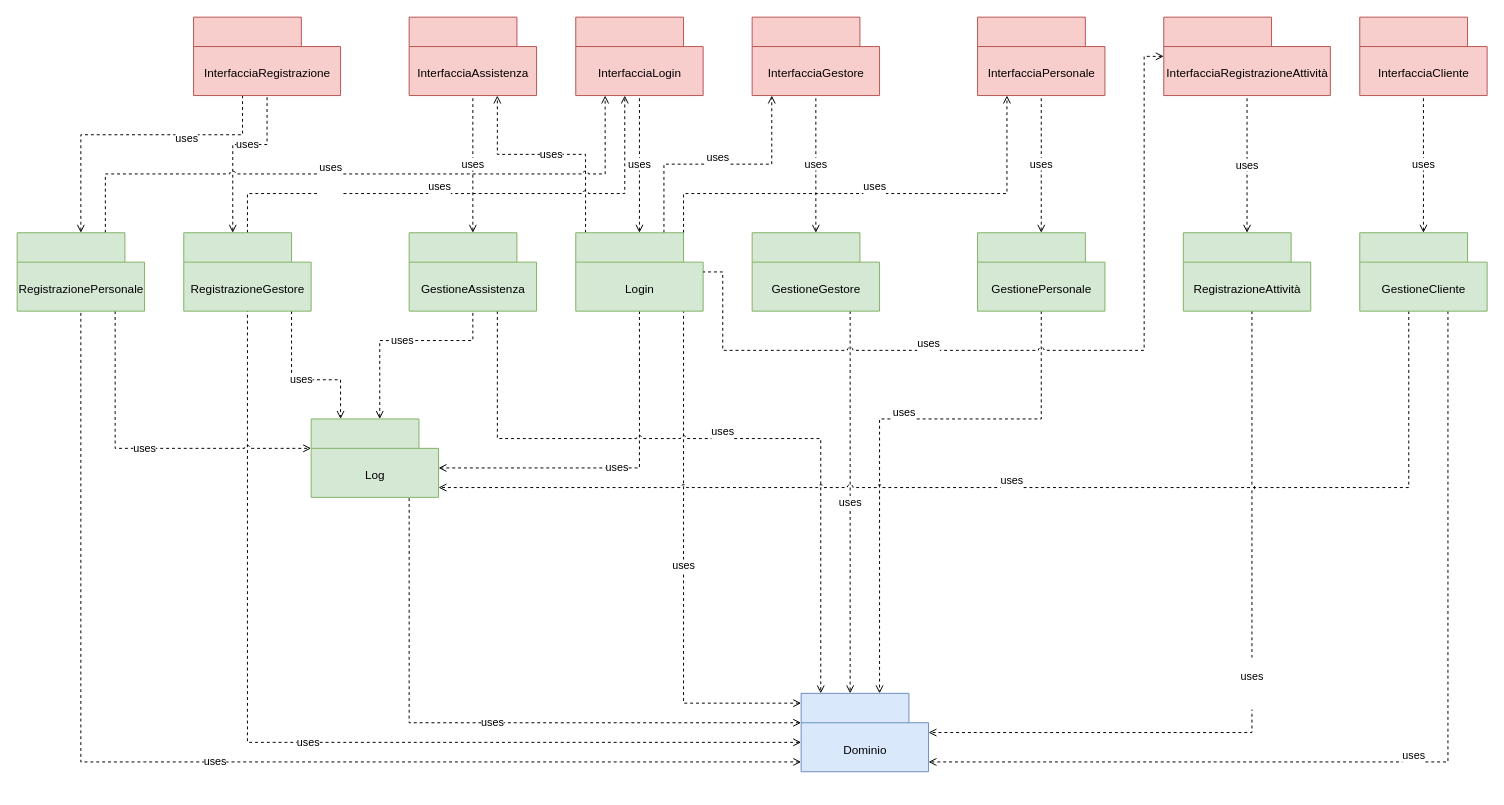
This is page "Package" (1 of 6) of diagrammaPackage.drawio from Marco-Burattoni/Progetto-ids, a draw.io file, before an edit. Source tidied: cells renumbered, new cells numbered last; positions are measured from the earlier drawing's top-left corner, leaving out a move shared by most shapes. Both pictures are drawn from the tidied source at 98%, with x=0, y=0 at pixel (17, 17).
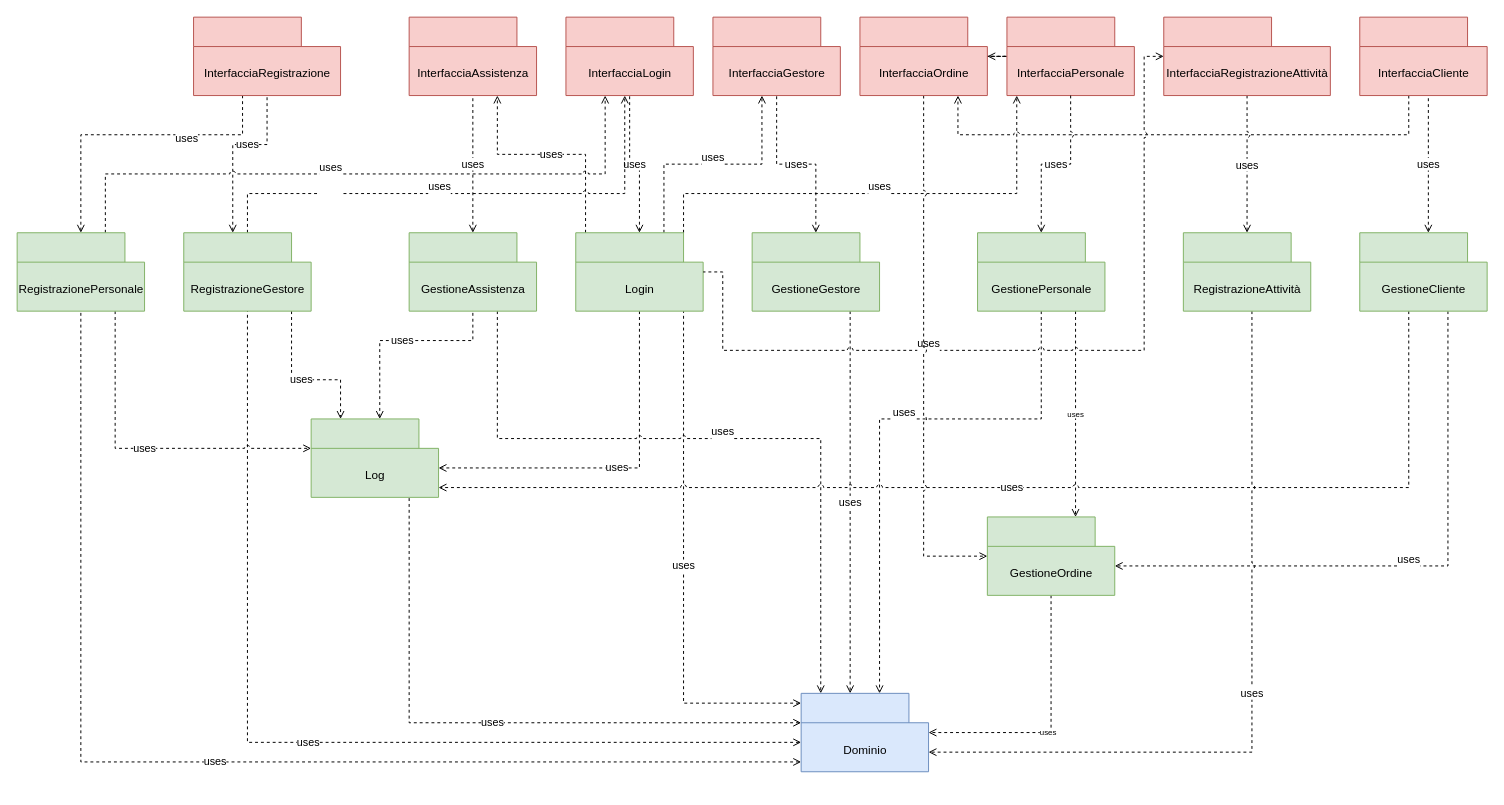
The same page after the edit.

Unchanged cells that the change refers to:
```xml
<mxCell id="6" style="shape=folder;fontStyle=1;tabWidth=110;tabHeight=30;tabPosition=left;html=1;boundedLbl=1;labelInHeader=1;fillColor=#dae8fc;strokeColor=#6c8ebf;" parent="1" vertex="1">
  <mxGeometry x="800" y="690" width="130" height="80" as="geometry" />
</mxCell>
<mxCell id="13" style="shape=folder;fontStyle=1;tabWidth=110;tabHeight=30;tabPosition=left;html=1;boundedLbl=1;labelInHeader=1;fillColor=#d5e8d4;strokeColor=#82b366;" parent="1" vertex="1">
  <mxGeometry x="570" y="220" width="130" height="80" as="geometry" />
</mxCell>
<mxCell id="31" style="shape=folder;fontStyle=1;tabWidth=110;tabHeight=30;tabPosition=left;html=1;boundedLbl=1;labelInHeader=1;fillColor=#d5e8d4;strokeColor=#82b366;" parent="1" vertex="1">
  <mxGeometry x="300" y="410" width="130" height="80" as="geometry" />
</mxCell>
<mxCell id="38" style="shape=folder;fontStyle=1;tabWidth=110;tabHeight=30;tabPosition=left;html=1;boundedLbl=1;labelInHeader=1;fillColor=#d5e8d4;strokeColor=#82b366;" parent="1" vertex="1">
  <mxGeometry x="980" y="220" width="130" height="80" as="geometry" />
</mxCell>
<mxCell id="43" style="shape=folder;fontStyle=1;tabWidth=110;tabHeight=30;tabPosition=left;html=1;boundedLbl=1;labelInHeader=1;fillColor=#d5e8d4;strokeColor=#82b366;" parent="1" vertex="1">
  <mxGeometry x="1370" y="220" width="130" height="80" as="geometry" />
</mxCell>
<mxCell id="53" style="shape=folder;fontStyle=1;tabWidth=110;tabHeight=30;tabPosition=left;html=1;boundedLbl=1;labelInHeader=1;fillColor=#f8cecc;strokeColor=#b85450;" parent="1" vertex="1">
  <mxGeometry x="1370" width="130" height="80" as="geometry" />
</mxCell>
<mxCell id="60" style="shape=folder;fontStyle=1;tabWidth=110;tabHeight=30;tabPosition=left;html=1;boundedLbl=1;labelInHeader=1;fillColor=#d5e8d4;strokeColor=#82b366;" parent="1" vertex="1">
  <mxGeometry x="1190" y="220" width="130" height="80" as="geometry" />
</mxCell>
<mxCell id="63" style="shape=folder;fontStyle=1;tabWidth=110;tabHeight=30;tabPosition=left;html=1;boundedLbl=1;labelInHeader=1;fillColor=#f8cecc;strokeColor=#b85450;" parent="1" vertex="1">
  <mxGeometry x="1170" width="170" height="80" as="geometry" />
</mxCell>
```

Diff of the diagram source:
```diff
@@
     <mxCell id="10" value="&#10;&lt;span style=&quot;color: rgb(0, 0, 0); font-family: Helvetica; font-size: 11px; font-style: normal; font-variant-ligatures: normal; font-variant-caps: normal; font-weight: 400; letter-spacing: normal; orphans: 2; text-align: center; text-indent: 0px; text-transform: none; widows: 2; word-spacing: 0px; -webkit-text-stroke-width: 0px; background-color: rgb(255, 255, 255); text-decoration-thickness: initial; text-decoration-style: initial; text-decoration-color: initial; float: none; display: inline !important;&quot;&gt;uses&lt;/span&gt;&#10;&#10;" style="edgeStyle=orthogonalEdgeStyle;rounded=0;jumpStyle=arc;jettySize=auto;html=1;dashed=1;startArrow=none;startFill=0;endArrow=open;endFill=0;" parent="1" edge="1" source="13" target="47">
       <mxGeometry relative="1" as="geometry">
         <Array as="points">
           <mxPoint x="660" y="150" />
-          <mxPoint x="770" y="150" />
+          <mxPoint x="760" y="150" />
         </Array>
       </mxGeometry>
     </mxCell>
@@
     <mxCell id="12" value="&#10;&lt;span style=&quot;color: rgb(0, 0, 0); font-family: Helvetica; font-size: 11px; font-style: normal; font-variant-ligatures: normal; font-variant-caps: normal; font-weight: 400; letter-spacing: normal; orphans: 2; text-align: center; text-indent: 0px; text-transform: none; widows: 2; word-spacing: 0px; -webkit-text-stroke-width: 0px; background-color: rgb(255, 255, 255); text-decoration-thickness: initial; text-decoration-style: initial; text-decoration-color: initial; float: none; display: inline !important;&quot;&gt;uses&lt;/span&gt;&#10;&#10;" style="edgeStyle=orthogonalEdgeStyle;rounded=0;jumpStyle=arc;jettySize=auto;html=1;dashed=1;startArrow=none;startFill=0;endArrow=open;endFill=0;" parent="1" edge="1" source="13" target="49">
       <mxGeometry relative="1" as="geometry">
         <Array as="points">
           <mxPoint x="680" y="180" />
-          <mxPoint x="1010" y="180" />
+          <mxPoint x="1020" y="180" />
         </Array>
       </mxGeometry>
     </mxCell>
@@
+    <mxCell id="65" value="uses" style="edgeStyle=orthogonalEdgeStyle;rounded=0;jumpStyle=arc;jettySize=auto;html=1;dashed=1;labelBackgroundColor=default;fontSize=8;startArrow=none;startFill=0;endArrow=open;endFill=0;" parent="1" edge="1" source="38" target="69">
+      <mxGeometry relative="1" as="geometry">
+        <Array as="points">
+          <mxPoint x="1080" y="460" />
+          <mxPoint x="1080" y="460" />
+        </Array>
+      </mxGeometry>
+    </mxCell>
@@
     <mxCell id="40" value="uses" style="edgeStyle=orthogonalEdgeStyle;rounded=0;jettySize=auto;html=1;dashed=1;startArrow=open;startFill=0;endArrow=none;endFill=0;" parent="1" edge="1" source="43" target="53">
-      <mxGeometry relative="1" as="geometry" />
+      <mxGeometry relative="1" as="geometry">
+        <Array as="points">
+          <mxPoint x="1440" y="100" />
+          <mxPoint x="1440" y="100" />
+        </Array>
+      </mxGeometry>
     </mxCell>
-    <mxCell id="41" value="&#10;&lt;span style=&quot;color: rgb(0, 0, 0); font-family: Helvetica; font-size: 11px; font-style: normal; font-variant-ligatures: normal; font-variant-caps: normal; font-weight: 400; letter-spacing: normal; orphans: 2; text-align: center; text-indent: 0px; text-transform: none; widows: 2; word-spacing: 0px; -webkit-text-stroke-width: 0px; background-color: rgb(255, 255, 255); text-decoration-thickness: initial; text-decoration-style: initial; text-decoration-color: initial; float: none; display: inline !important;&quot;&gt;uses&lt;/span&gt;&#10;&#10;" style="edgeStyle=orthogonalEdgeStyle;rounded=0;jumpStyle=arc;jettySize=auto;html=1;dashed=1;startArrow=none;startFill=0;endArrow=open;endFill=0;" parent="1" edge="1" source="43" target="6">
+    <mxCell id="41" value="&#10;&lt;span style=&quot;color: rgb(0, 0, 0); font-family: Helvetica; font-size: 11px; font-style: normal; font-variant-ligatures: normal; font-variant-caps: normal; font-weight: 400; letter-spacing: normal; orphans: 2; text-align: center; text-indent: 0px; text-transform: none; widows: 2; word-spacing: 0px; -webkit-text-stroke-width: 0px; background-color: rgb(255, 255, 255); text-decoration-thickness: initial; text-decoration-style: initial; text-decoration-color: initial; float: none; display: inline !important;&quot;&gt;uses&lt;/span&gt;&#10;&#10;" style="edgeStyle=orthogonalEdgeStyle;rounded=0;jumpStyle=arc;jettySize=auto;html=1;dashed=1;startArrow=none;startFill=0;endArrow=open;endFill=0;" parent="1" edge="1" source="43" target="69">
       <mxGeometry relative="1" as="geometry">
         <Array as="points">
-          <mxPoint x="1460" y="760" />
+          <mxPoint x="1460" y="560" />
         </Array>
       </mxGeometry>
     </mxCell>
-    <mxCell id="42" value="&#10;&lt;span style=&quot;color: rgb(0, 0, 0); font-family: Helvetica; font-size: 11px; font-style: normal; font-variant-ligatures: normal; font-variant-caps: normal; font-weight: 400; letter-spacing: normal; orphans: 2; text-align: center; text-indent: 0px; text-transform: none; widows: 2; word-spacing: 0px; -webkit-text-stroke-width: 0px; background-color: rgb(255, 255, 255); text-decoration-thickness: initial; text-decoration-style: initial; text-decoration-color: initial; float: none; display: inline !important;&quot;&gt;uses&lt;/span&gt;&#10;&#10;" style="edgeStyle=orthogonalEdgeStyle;rounded=0;jumpStyle=arc;jettySize=auto;html=1;dashed=1;startArrow=none;startFill=0;endArrow=open;endFill=0;" parent="1" edge="1" source="43" target="31">
+    <mxCell id="42" value="&lt;span style=&quot;color: rgb(0, 0, 0); font-family: Helvetica; font-size: 11px; font-style: normal; font-variant-ligatures: normal; font-variant-caps: normal; font-weight: 400; letter-spacing: normal; orphans: 2; text-align: center; text-indent: 0px; text-transform: none; widows: 2; word-spacing: 0px; -webkit-text-stroke-width: 0px; background-color: rgb(255, 255, 255); text-decoration-thickness: initial; text-decoration-style: initial; text-decoration-color: initial; float: none; display: inline !important;&quot;&gt;uses&lt;/span&gt;" style="edgeStyle=orthogonalEdgeStyle;rounded=0;jumpStyle=arc;jettySize=auto;html=1;dashed=1;startArrow=none;startFill=0;endArrow=open;endFill=0;" parent="1" edge="1" source="43" target="31">
       <mxGeometry relative="1" as="geometry">
         <Array as="points">
           <mxPoint x="1420" y="480" />
         </Array>
       </mxGeometry>
     </mxCell>
@@
     <mxCell id="45" style="shape=folder;fontStyle=1;tabWidth=110;tabHeight=30;tabPosition=left;html=1;boundedLbl=1;labelInHeader=1;fillColor=#f8cecc;strokeColor=#b85450;" parent="1" vertex="1">
-      <mxGeometry x="570" width="130" height="80" as="geometry" />
+      <mxGeometry x="560" width="130" height="80" as="geometry" />
     </mxCell>
@@
     <mxCell id="47" style="shape=folder;fontStyle=1;tabWidth=110;tabHeight=30;tabPosition=left;html=1;boundedLbl=1;labelInHeader=1;fillColor=#f8cecc;strokeColor=#b85450;" parent="1" vertex="1">
-      <mxGeometry x="750" width="130" height="80" as="geometry" />
+      <mxGeometry x="710" width="130" height="80" as="geometry" />
     </mxCell>
@@
+    <mxCell id="66" style="edgeStyle=orthogonalEdgeStyle;rounded=0;jumpStyle=arc;jettySize=auto;html=1;dashed=1;labelBackgroundColor=default;fontSize=8;startArrow=none;startFill=0;endArrow=open;endFill=0;" parent="1" edge="1" source="49" target="72">
+      <mxGeometry relative="1" as="geometry" />
+    </mxCell>
     <mxCell id="49" style="shape=folder;fontStyle=1;tabWidth=110;tabHeight=30;tabPosition=left;html=1;boundedLbl=1;labelInHeader=1;fillColor=#f8cecc;strokeColor=#b85450;" parent="1" vertex="1">
-      <mxGeometry x="980" width="130" height="80" as="geometry" />
+      <mxGeometry x="1010" width="130" height="80" as="geometry" />
     </mxCell>
@@
+    <mxCell id="67" style="edgeStyle=orthogonalEdgeStyle;rounded=0;jumpStyle=arc;jettySize=auto;html=1;dashed=1;labelBackgroundColor=default;fontSize=8;startArrow=none;startFill=0;endArrow=open;endFill=0;" parent="1" edge="1" source="53" target="72">
+      <mxGeometry relative="1" as="geometry">
+        <Array as="points">
+          <mxPoint x="1420" y="120" />
+          <mxPoint x="960" y="120" />
+        </Array>
+      </mxGeometry>
+    </mxCell>
@@
-    <mxCell id="57" value="uses" style="edgeStyle=orthogonalEdgeStyle;rounded=0;jettySize=auto;html=1;dashed=1;startArrow=open;startFill=0;endArrow=none;endFill=0;" parent="1" edge="1" source="38" target="49">
+    <mxCell id="57" value="uses" style="edgeStyle=orthogonalEdgeStyle;rounded=0;jettySize=auto;html=1;dashed=1;startArrow=open;startFill=0;endArrow=none;endFill=0;jumpStyle=arc;" parent="1" edge="1" source="38" target="49">
       <mxGeometry relative="1" as="geometry" />
     </mxCell>
-    <mxCell id="58" value="uses" style="edgeStyle=orthogonalEdgeStyle;rounded=0;jettySize=auto;html=1;dashed=1;endArrow=none;endFill=0;startArrow=open;startFill=0;" parent="1" edge="1" source="60" target="63">
+    <mxCell id="58" value="uses" style="edgeStyle=orthogonalEdgeStyle;rounded=0;jettySize=auto;html=1;dashed=1;endArrow=none;endFill=0;startArrow=open;startFill=0;jumpStyle=arc;" parent="1" edge="1" source="60" target="63">
       <mxGeometry relative="1" as="geometry">
         <mxPoint y="1" as="offset" />
       </mxGeometry>
     </mxCell>
-    <mxCell id="59" value="&#10;&lt;span style=&quot;color: rgb(0, 0, 0); font-family: Helvetica; font-size: 11px; font-style: normal; font-variant-ligatures: normal; font-variant-caps: normal; font-weight: 400; letter-spacing: normal; orphans: 2; text-align: center; text-indent: 0px; text-transform: none; widows: 2; word-spacing: 0px; -webkit-text-stroke-width: 0px; background-color: rgb(255, 255, 255); text-decoration-thickness: initial; text-decoration-style: initial; text-decoration-color: initial; float: none; display: inline !important;&quot;&gt;uses&lt;/span&gt;&#10;&#10;" style="edgeStyle=orthogonalEdgeStyle;rounded=0;jumpStyle=arc;jettySize=auto;html=1;dashed=1;startArrow=none;startFill=0;endArrow=open;endFill=0;" parent="1" edge="1" source="60" target="6">
+    <mxCell id="59" value="&lt;span style=&quot;color: rgb(0, 0, 0); font-family: Helvetica; font-size: 11px; font-style: normal; font-variant-ligatures: normal; font-variant-caps: normal; font-weight: 400; letter-spacing: normal; orphans: 2; text-align: center; text-indent: 0px; text-transform: none; widows: 2; word-spacing: 0px; -webkit-text-stroke-width: 0px; background-color: rgb(255, 255, 255); text-decoration-thickness: initial; text-decoration-style: initial; text-decoration-color: initial; float: none; display: inline !important;&quot;&gt;uses&lt;/span&gt;" style="edgeStyle=orthogonalEdgeStyle;rounded=0;jumpStyle=arc;jettySize=auto;html=1;dashed=1;startArrow=none;startFill=0;endArrow=open;endFill=0;" parent="1" edge="1" source="60" target="6">
       <mxGeometry relative="1" as="geometry">
         <Array as="points">
-          <mxPoint x="1260" y="730" />
+          <mxPoint x="1260" y="750" />
         </Array>
       </mxGeometry>
     </mxCell>
@@
+    <mxCell id="68" value="uses" style="edgeStyle=orthogonalEdgeStyle;rounded=0;jumpStyle=arc;jettySize=auto;html=1;labelBackgroundColor=default;fontSize=8;startArrow=none;startFill=0;endArrow=open;endFill=0;dashed=1;" parent="1" edge="1" source="69" target="6">
+      <mxGeometry x="0.08" relative="1" as="geometry">
+        <Array as="points">
+          <mxPoint x="1055" y="730" />
+        </Array>
+      </mxGeometry>
+    </mxCell>
+    <mxCell id="69" style="shape=folder;fontStyle=1;tabWidth=110;tabHeight=30;tabPosition=left;html=1;boundedLbl=1;labelInHeader=1;fillColor=#d5e8d4;strokeColor=#82b366;" parent="1" vertex="1">
+      <mxGeometry x="990" y="510" width="130" height="80" as="geometry" />
+    </mxCell>
+    <mxCell id="70" value="&lt;span id=&quot;docs-internal-guid-100fbc12-7fff-2042-bf37-25e22783933c&quot;&gt;&lt;span style=&quot;background-color: transparent; font-variant-numeric: normal; font-variant-east-asian: normal; vertical-align: baseline;&quot;&gt;&lt;font style=&quot;font-size: 12px;&quot;&gt;GestioneOrdine&lt;/font&gt;&lt;/span&gt;&lt;/span&gt;" style="html=1;strokeColor=none;fillColor=none;" parent="69" vertex="1">
+      <mxGeometry width="130" height="56" relative="1" as="geometry">
+        <mxPoint y="30" as="offset" />
+      </mxGeometry>
+    </mxCell>
+    <mxCell id="71" style="edgeStyle=orthogonalEdgeStyle;rounded=0;jumpStyle=arc;jettySize=auto;html=1;dashed=1;labelBackgroundColor=default;fontSize=8;startArrow=none;startFill=0;endArrow=open;endFill=0;" parent="1" edge="1" source="72" target="69">
+      <mxGeometry relative="1" as="geometry">
+        <Array as="points">
+          <mxPoint x="925" y="550" />
+        </Array>
+      </mxGeometry>
+    </mxCell>
+    <mxCell id="72" style="shape=folder;fontStyle=1;tabWidth=110;tabHeight=30;tabPosition=left;html=1;boundedLbl=1;labelInHeader=1;fillColor=#f8cecc;strokeColor=#b85450;" parent="1" vertex="1">
+      <mxGeometry x="860" width="130" height="80" as="geometry" />
+    </mxCell>
+    <mxCell id="73" value="InterfacciaOrdine" style="html=1;strokeColor=none;fillColor=none;" parent="72" vertex="1">
+      <mxGeometry width="130" height="56" relative="1" as="geometry">
+        <mxPoint y="30" as="offset" />
+      </mxGeometry>
+    </mxCell>
```
